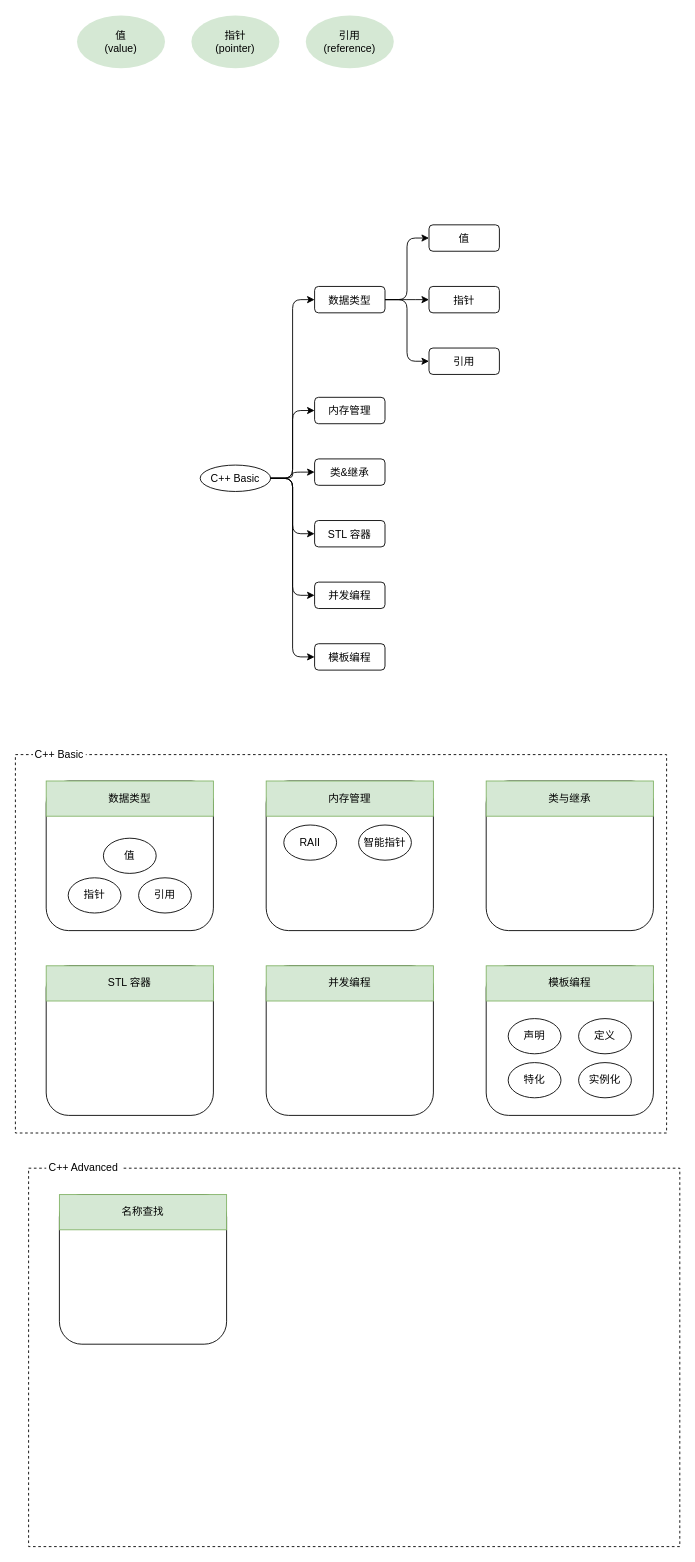
The draw.io diagram cplusplus_syntax_component.drawio in ZiqingYip/moment, before the edit. Source tidied: cells renumbered, new cells numbered last; positions are measured from the earlier drawing's top-left corner, leaving out a move shared by most shapes. Both pictures are drawn from the tidied source at 88%, with x=0, y=0 at pixel (15, 15).
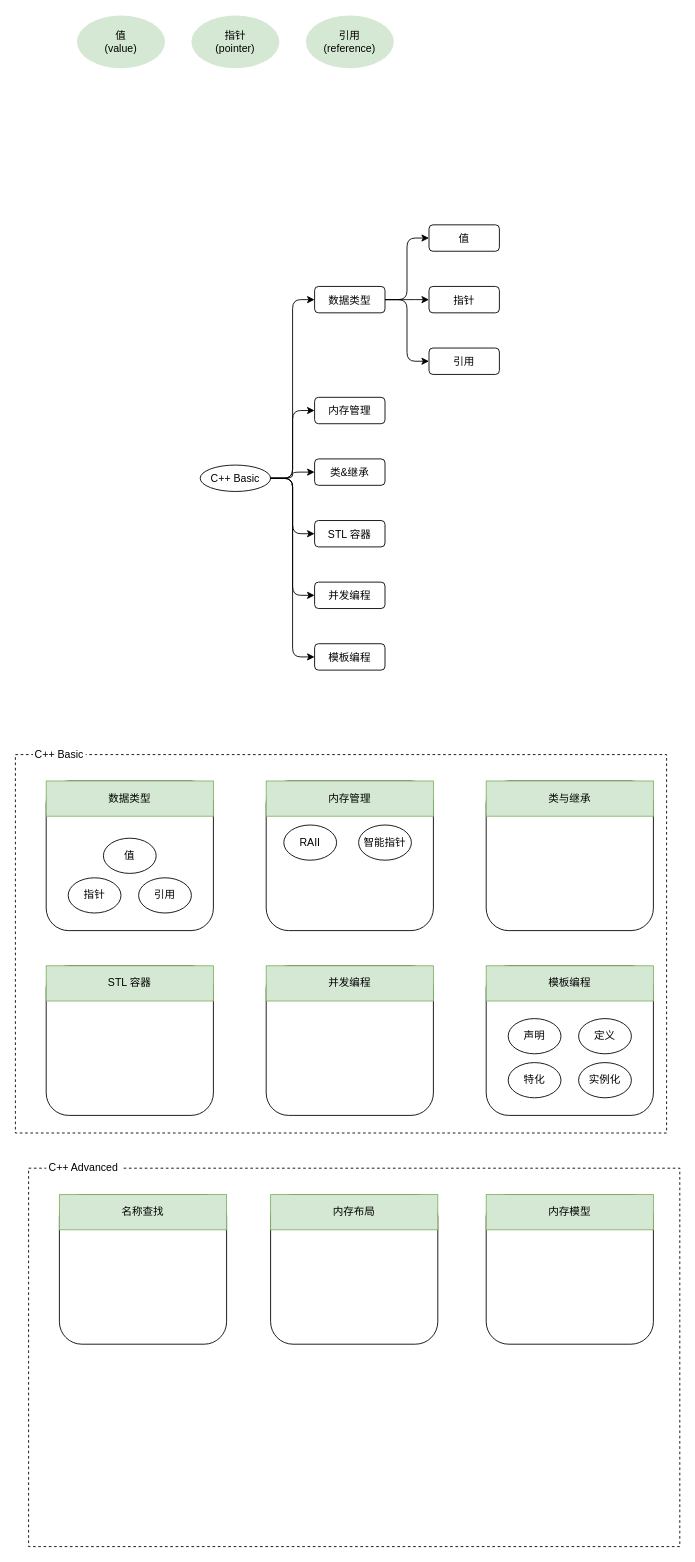
The same diagram, later.

Change to the diagram source:
```diff
@@
+    <mxCell id="51" style="rounded=1;whiteSpace=wrap;html=1;" parent="1" vertex="1">
+      <mxGeometry x="290" y="1340" width="190" height="170" as="geometry" />
+    </mxCell>
+    <mxCell id="52" value="内存布局" style="rounded=0;whiteSpace=wrap;html=1;fillColor=#d5e8d4;strokeColor=#82b366;" parent="1" vertex="1">
+      <mxGeometry x="290" y="1340" width="190" height="40" as="geometry" />
+    </mxCell>
+    <mxCell id="53" style="rounded=1;whiteSpace=wrap;html=1;" parent="1" vertex="1">
+      <mxGeometry x="535" y="1340" width="190" height="170" as="geometry" />
+    </mxCell>
+    <mxCell id="54" value="内存模型" style="rounded=0;whiteSpace=wrap;html=1;fillColor=#d5e8d4;strokeColor=#82b366;" parent="1" vertex="1">
+      <mxGeometry x="535" y="1340" width="190" height="40" as="geometry" />
+    </mxCell>
```
